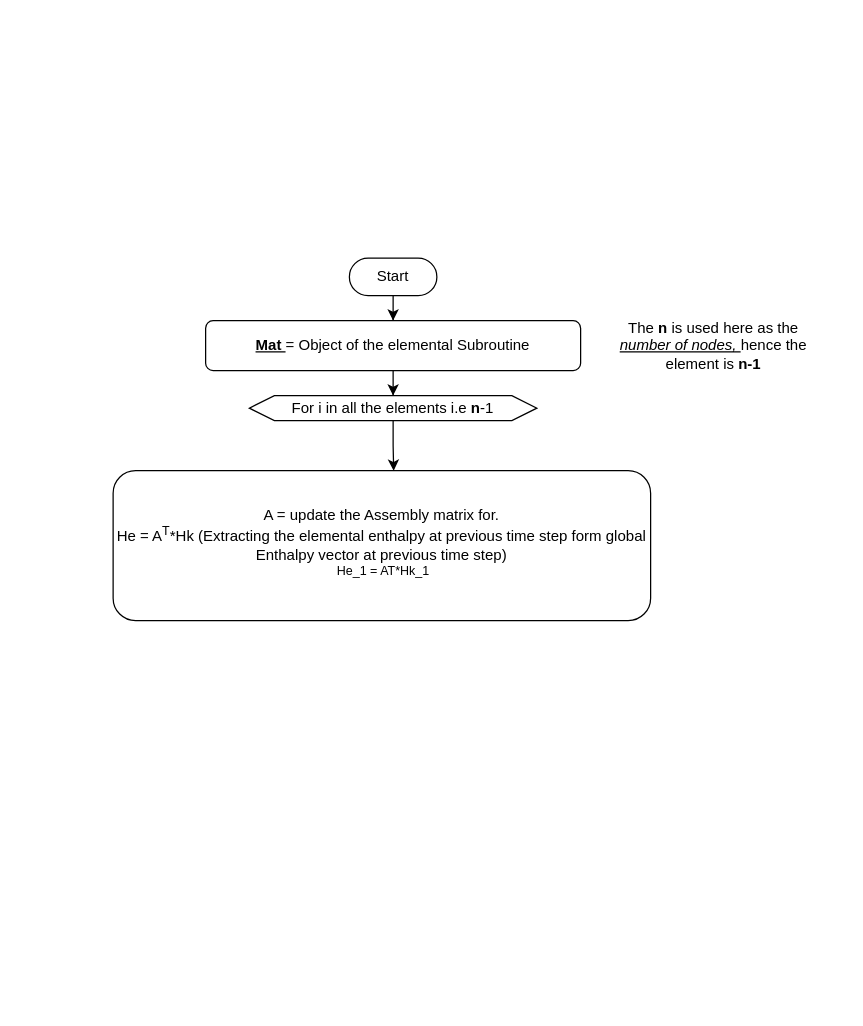
The draw.io diagram ElementalSubroution.drawio in okolekar/PPP, before the edit. Source tidied: cells renumbered, new cells numbered last; positions are measured from the earlier drawing's top-left corner, leaving out a move shared by most shapes. Both pictures are drawn from the tidied source at 125%, with x=0, y=0 at pixel (112, 258).
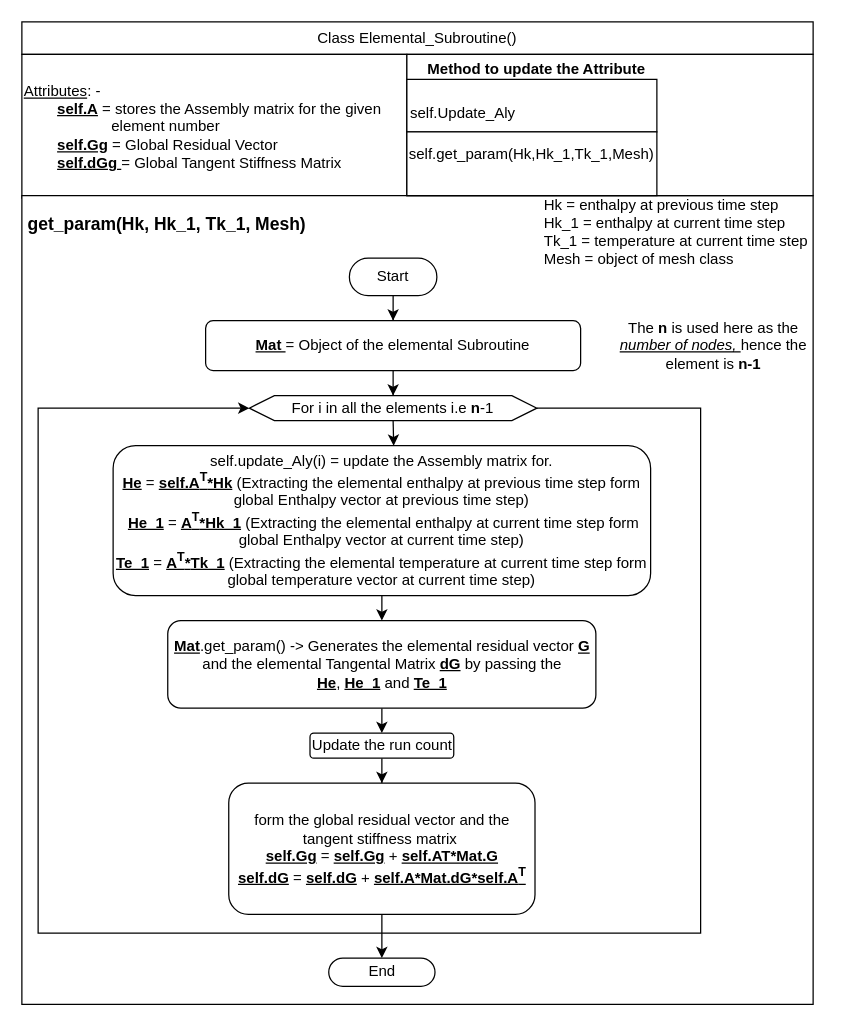
The same page after the edit.

Unchanged cells that the change refers to:
```xml
<mxCell id="7" value="For i in all the elements i.e &lt;b&gt;n&lt;/b&gt;-1" style="shape=hexagon;perimeter=hexagonPerimeter2;whiteSpace=wrap;html=1;fixedSize=1;" parent="1" vertex="1">
  <mxGeometry x="109" y="110" width="230" height="20" as="geometry" />
</mxCell>
```

The edit, as a diff of the source:
```diff
@@
+    <mxCell id="10" value="Class Elemental_Subroutine()" style="rounded=0;whiteSpace=wrap;html=1;" parent="1" vertex="1">
+      <mxGeometry x="-73" y="-189" width="633" height="26" as="geometry" />
+    </mxCell>
+    <mxCell id="11" value="&lt;u&gt;Attributes&lt;/u&gt;: -&lt;br&gt;&lt;span style=&quot;white-space: pre;&quot;&gt;&#9;&lt;/span&gt;&lt;b&gt;&lt;u&gt;self.A&lt;/u&gt;&lt;/b&gt; = stores the Assembly matrix for the given&amp;nbsp; &amp;nbsp; &amp;nbsp; &lt;span style=&quot;white-space: pre;&quot;&gt;&#9;&lt;/span&gt;&lt;span style=&quot;white-space: pre;&quot;&gt;&#9;&lt;/span&gt;&amp;nbsp; &amp;nbsp; &amp;nbsp;element number&lt;br&gt;&lt;span style=&quot;white-space: pre;&quot;&gt;&#9;&lt;/span&gt;&lt;b&gt;&lt;u&gt;self.Gg&lt;/u&gt;&lt;/b&gt; = Global Residual Vector&lt;br&gt;&lt;span style=&quot;white-space: pre;&quot;&gt;&#9;&lt;/span&gt;&lt;b&gt;&lt;u&gt;self.dGg &lt;/u&gt;&lt;/b&gt;= Global Tangent Stiffness Matrix" style="rounded=0;whiteSpace=wrap;html=1;align=left;" parent="1" vertex="1">
+      <mxGeometry x="-73" y="-163" width="308" height="115" as="geometry" />
+    </mxCell>
+    <mxCell id="12" style="rounded=0;whiteSpace=wrap;html=1;" parent="1" vertex="1">
+      <mxGeometry x="-73" y="-50" width="633" height="647" as="geometry" />
+    </mxCell>
@@
-    <mxCell id="6" style="edgeStyle=orthogonalEdgeStyle;rounded=0;jettySize=auto;html=1;exitX=0.5;exitY=1;exitDx=0;exitDy=0;entryX=0.522;entryY=0.001;entryDx=0;entryDy=0;entryPerimeter=0;" parent="1" edge="1" source="7" target="9">
-      <mxGeometry relative="1" as="geometry" />
-    </mxCell>
+    <mxCell id="13" style="edgeStyle=orthogonalEdgeStyle;rounded=0;jettySize=auto;html=1;exitX=0.5;exitY=1;exitDx=0;exitDy=0;entryX=0.522;entryY=0.001;entryDx=0;entryDy=0;entryPerimeter=0;" parent="1" edge="1" source="7" target="15">
+      <mxGeometry relative="1" as="geometry" />
+    </mxCell>
@@
-    <mxCell id="9" value="A = update the Assembly matrix for.&lt;br&gt;&lt;div style=&quot;&quot;&gt;&lt;span style=&quot;background-color: initial;&quot;&gt;He = A&lt;/span&gt;&lt;sup style=&quot;background-color: initial;&quot;&gt;T&lt;/sup&gt;&lt;span style=&quot;background-color: initial;&quot;&gt;*&lt;/span&gt;&lt;span style=&quot;background-color: initial;&quot;&gt;Hk (Extracting the elemental enthalpy at previous time step form global Enthalpy vector at previous time step)&lt;/span&gt;&lt;/div&gt;&lt;sup&gt;&amp;nbsp;He_1 = AT*Hk_1&lt;/sup&gt;" style="rounded=1;whiteSpace=wrap;html=1;" parent="1" vertex="1">
-      <mxGeometry y="170" width="430" height="120" as="geometry" />
-    </mxCell>
+    <mxCell id="14" style="edgeStyle=orthogonalEdgeStyle;rounded=0;jettySize=auto;html=1;" parent="1" edge="1" source="15" target="17">
+      <mxGeometry relative="1" as="geometry" />
+    </mxCell>
+    <mxCell id="15" value="self.update_Aly(i) = update the Assembly matrix for.&lt;br&gt;&lt;div style=&quot;&quot;&gt;&lt;b&gt;&lt;u&gt;He&lt;/u&gt;&lt;/b&gt; = &lt;b&gt;&lt;u&gt;self.A&lt;sup&gt;T&lt;/sup&gt;*Hk&lt;/u&gt;&lt;/b&gt; (Extracting the elemental enthalpy at previous time step form global Enthalpy vector at previous time step)&lt;/div&gt;&amp;nbsp;&lt;u&gt;&lt;b&gt;He_1&lt;/b&gt;&lt;/u&gt; = &lt;b&gt;&lt;u&gt;A&lt;sup&gt;T&lt;/sup&gt;*Hk_1&lt;/u&gt;&lt;/b&gt;&amp;nbsp;(Extracting the elemental enthalpy at current time step form global Enthalpy vector at current time step)&lt;br&gt;&lt;b&gt;&lt;u&gt;Te_1&lt;/u&gt;&lt;/b&gt; = &lt;u&gt;&lt;b&gt;A&lt;span style=&quot;border-color: var(--border-color);&quot;&gt;&lt;sup&gt;T&lt;/sup&gt;&lt;/span&gt;&lt;span style=&quot;border-color: var(--border-color);&quot;&gt;*&lt;/span&gt;&lt;/b&gt;&lt;/u&gt;&lt;span style=&quot;border-color: var(--border-color);&quot;&gt;&lt;u&gt;&lt;b&gt;Tk_1&lt;/b&gt;&lt;/u&gt; (Extracting the elemental temperature at current time step form global temperature vector at current time step)&lt;/span&gt;" style="rounded=1;whiteSpace=wrap;html=1;" parent="1" vertex="1">
+      <mxGeometry y="150" width="430" height="120" as="geometry" />
+    </mxCell>
+    <mxCell id="16" style="edgeStyle=orthogonalEdgeStyle;rounded=0;jettySize=auto;html=1;" parent="1" edge="1" source="17" target="19">
+      <mxGeometry relative="1" as="geometry" />
+    </mxCell>
+    <mxCell id="17" value="&lt;b&gt;&lt;u&gt;Mat&lt;/u&gt;&lt;/b&gt;.get_param() -&amp;gt; Generates the elemental residual vector &lt;b&gt;&lt;u&gt;G&lt;/u&gt;&lt;/b&gt; and the elemental Tangental Matrix &lt;u style=&quot;font-weight: bold;&quot;&gt;dG&lt;/u&gt;&amp;nbsp;by passing the &lt;b&gt;&lt;u&gt;He&lt;/u&gt;&lt;/b&gt;,&amp;nbsp;&lt;b&gt;&lt;u&gt;He_1&lt;/u&gt;&lt;/b&gt; and &lt;b&gt;&lt;u&gt;Te_1&lt;/u&gt;&lt;/b&gt;" style="whiteSpace=wrap;html=1;rounded=1;" parent="1" vertex="1">
+      <mxGeometry x="43.7" y="290" width="342.5" height="70" as="geometry" />
+    </mxCell>
+    <mxCell id="18" style="edgeStyle=orthogonalEdgeStyle;rounded=0;jettySize=auto;html=1;" parent="1" edge="1" source="19" target="21">
+      <mxGeometry relative="1" as="geometry" />
+    </mxCell>
+    <mxCell id="19" value="Update the run count" style="whiteSpace=wrap;html=1;rounded=1;" parent="1" vertex="1">
+      <mxGeometry x="157.5" y="380" width="115" height="20" as="geometry" />
+    </mxCell>
+    <mxCell id="20" style="edgeStyle=orthogonalEdgeStyle;rounded=0;jettySize=auto;html=1;" parent="1" edge="1" source="21" target="23">
+      <mxGeometry relative="1" as="geometry" />
+    </mxCell>
+    <mxCell id="21" value="form the global residual vector and the tangent stiffness matrix&amp;nbsp;&lt;br&gt;&lt;b&gt;&lt;u&gt;self.Gg&lt;/u&gt;&lt;/b&gt; = &lt;b&gt;&lt;u&gt;self.Gg&lt;/u&gt;&lt;/b&gt; + &lt;b&gt;&lt;u&gt;self.AT*Mat.G&lt;/u&gt;&lt;/b&gt;&lt;br&gt;&lt;b&gt;&lt;u&gt;self.dG&lt;/u&gt;&lt;/b&gt; = &lt;b&gt;&lt;u&gt;self.dG&lt;/u&gt;&lt;/b&gt; + &lt;u&gt;&lt;b&gt;self.A*Mat.dG*self.A&lt;sup&gt;T&lt;/sup&gt;&lt;/b&gt;&lt;/u&gt;" style="whiteSpace=wrap;html=1;rounded=1;" parent="1" vertex="1">
+      <mxGeometry x="92.5" y="420" width="245" height="105" as="geometry" />
+    </mxCell>
+    <mxCell id="22" style="edgeStyle=orthogonalEdgeStyle;rounded=0;orthogonalLoop=1;jettySize=auto;html=1;exitX=1;exitY=0.5;exitDx=0;exitDy=0;entryX=0;entryY=0.5;entryDx=0;entryDy=0;" parent="1" edge="1" source="7" target="7">
+      <mxGeometry relative="1" as="geometry">
+        <Array as="points">
+          <mxPoint x="470" y="120" />
+          <mxPoint x="470" y="540" />
+          <mxPoint x="-60" y="540" />
+          <mxPoint x="-60" y="120" />
+        </Array>
+      </mxGeometry>
+    </mxCell>
+    <mxCell id="23" value="End" style="whiteSpace=wrap;html=1;rounded=1;arcSize=50;" parent="1" vertex="1">
+      <mxGeometry x="172.5" y="560" width="85" height="22.5" as="geometry" />
+    </mxCell>
+    <mxCell id="24" value="&lt;h1&gt;&lt;font style=&quot;font-size: 14px;&quot;&gt;get_param(Hk, Hk_1, Tk_1, Mesh)&lt;/font&gt;&lt;/h1&gt;" style="text;html=1;strokeColor=none;fillColor=none;spacing=5;spacingTop=-20;whiteSpace=wrap;overflow=hidden;rounded=0;" parent="1" vertex="1">
+      <mxGeometry x="-73" y="-50" width="416" height="42" as="geometry" />
+    </mxCell>
+    <mxCell id="25" style="rounded=0;whiteSpace=wrap;html=1;" parent="1" vertex="1">
+      <mxGeometry x="235" y="-163" width="325" height="113" as="geometry" />
+    </mxCell>
+    <mxCell id="26" value="&lt;b&gt;Method to update the Attribute&lt;/b&gt;" style="text;html=1;strokeColor=none;fillColor=none;align=center;verticalAlign=middle;whiteSpace=wrap;rounded=0;" parent="1" vertex="1">
+      <mxGeometry x="212" y="-166" width="254" height="30" as="geometry" />
+    </mxCell>
+    <mxCell id="27" style="rounded=0;whiteSpace=wrap;html=1;" parent="1" vertex="1">
+      <mxGeometry x="235" y="-143" width="200" height="42" as="geometry" />
+    </mxCell>
+    <mxCell id="28" value="self.Update_Aly" style="text;html=1;strokeColor=none;fillColor=none;align=center;verticalAlign=middle;whiteSpace=wrap;rounded=0;" parent="1" vertex="1">
+      <mxGeometry x="221" y="-131" width="118" height="30" as="geometry" />
+    </mxCell>
+    <mxCell id="29" style="rounded=0;whiteSpace=wrap;html=1;" parent="1" vertex="1">
+      <mxGeometry x="235" y="-101" width="200" height="51" as="geometry" />
+    </mxCell>
+    <mxCell id="30" value="self.get_param(Hk,Hk_1,Tk_1,Mesh)" style="text;html=1;strokeColor=none;fillColor=none;align=center;verticalAlign=middle;whiteSpace=wrap;rounded=0;" parent="1" vertex="1">
+      <mxGeometry x="305" y="-98" width="60" height="30" as="geometry" />
+    </mxCell>
+    <mxCell id="31" value="Hk = enthalpy at previous time step&lt;br&gt;Hk_1 = enthalpy at current time step&lt;br&gt;Tk_1 = temperature at current time step&lt;br&gt;Mesh = object of mesh class" style="text;html=1;strokeColor=none;fillColor=none;align=left;verticalAlign=middle;whiteSpace=wrap;rounded=0;" parent="1" vertex="1">
+      <mxGeometry x="343" y="-36" width="239" height="30" as="geometry" />
+    </mxCell>
```
